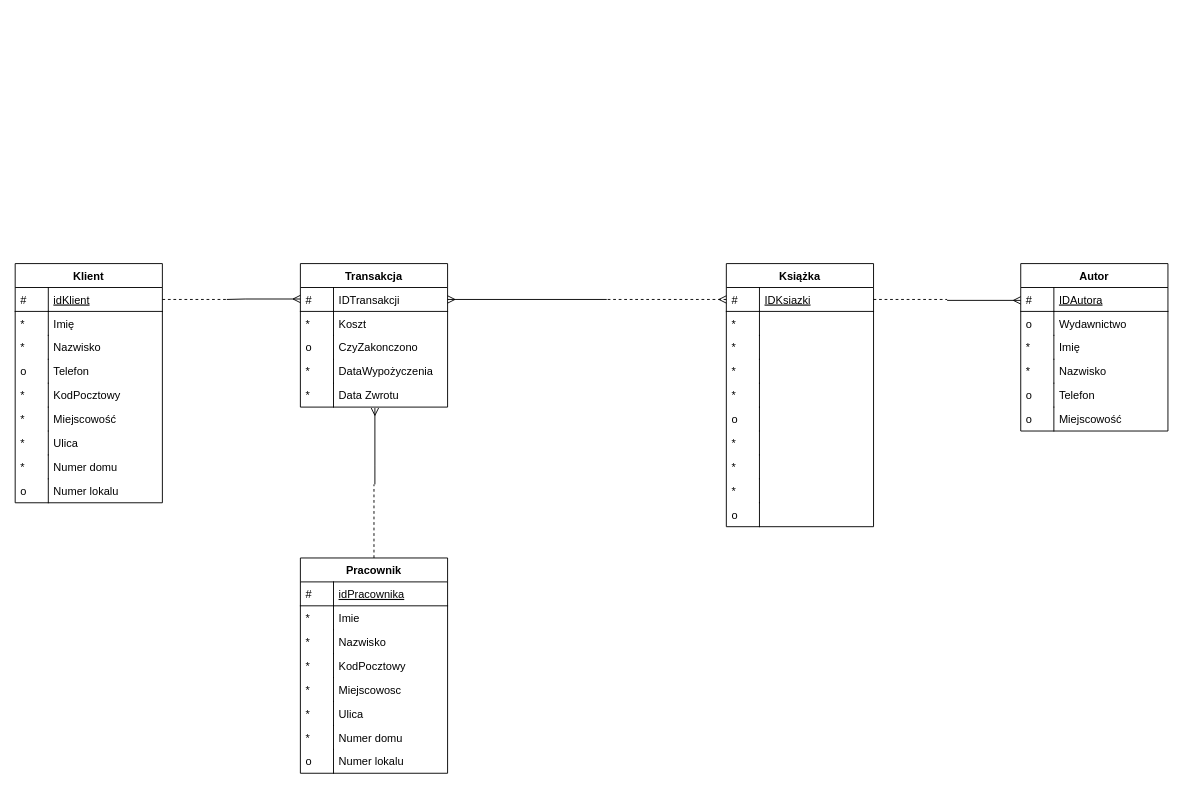
The draw.io diagram BazyDanych/Model ERD.drawio in Moluk34/Studia, before the edit. Source tidied: cells renumbered, new cells numbered last; positions are measured from the earlier drawing's top-left corner, leaving out a move shared by most shapes. Both pictures are drawn from the tidied source at 92%, with x=0, y=0 at pixel (15, 263).
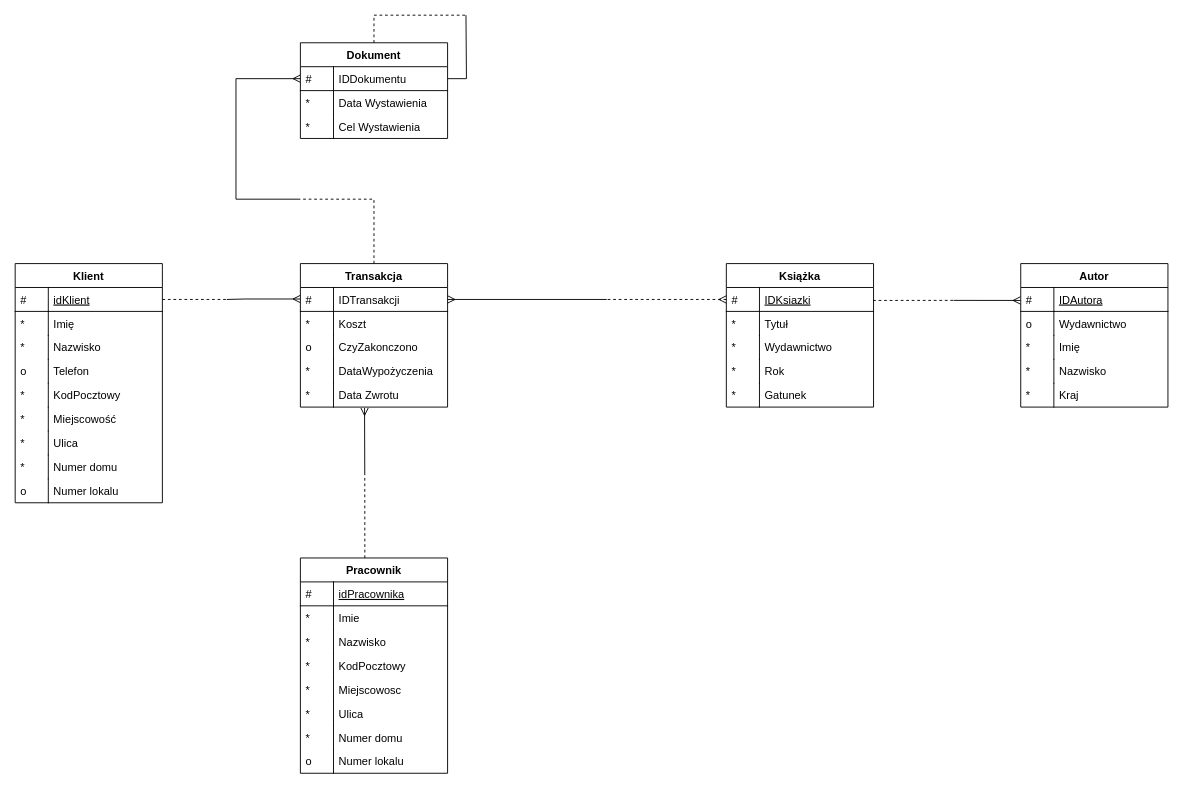
After the change.

Commit message (it also covers changes not shown here):
model relacyjny i ERD + opis

The change refers to these unchanged cells:
```xml
<mxCell id="3" value="IDKsiazki" style="shape=partialRectangle;top=0;left=0;right=0;bottom=1;align=left;verticalAlign=top;fillColor=none;spacingLeft=40;spacingRight=4;overflow=hidden;points=[[0,0.5],[1,0.5]];portConstraint=eastwest;rounded=0;shadow=0;strokeWidth=1;fontStyle=4;" parent="2" vertex="1">
  <mxGeometry y="26" width="160" height="26" as="geometry" />
</mxCell>
<mxCell id="25" value="IDAutora" style="shape=partialRectangle;top=0;left=0;right=0;bottom=1;align=left;verticalAlign=top;fillColor=none;spacingLeft=40;spacingRight=4;overflow=hidden;points=[[0,0.5],[1,0.5]];portConstraint=eastwest;rounded=0;shadow=0;strokeWidth=1;fontStyle=4;" parent="24" vertex="1">
  <mxGeometry y="26" width="160" height="26" as="geometry" />
</mxCell>
<mxCell id="64" value="Transakcja" style="swimlane;fontStyle=1;horizontal=1;startSize=26;rounded=0;shadow=0;strokeWidth=1;" parent="1" vertex="1">
  <mxGeometry x="310" width="160" height="156" as="geometry" />
</mxCell>
<mxCell id="74" value="Data Zwrotu" style="shape=partialRectangle;top=0;left=0;right=0;bottom=0;align=left;verticalAlign=top;fillColor=none;spacingLeft=40;spacingRight=4;overflow=hidden;points=[[0,0.5],[1,0.5]];portConstraint=eastwest;rounded=0;shadow=0;strokeWidth=1;" parent="64" vertex="1">
  <mxGeometry y="130" width="160" height="26" as="geometry" />
</mxCell>
<mxCell id="76" value="Pracownik" style="swimlane;fontStyle=1;horizontal=1;startSize=26;rounded=0;shadow=0;strokeWidth=1;" parent="1" vertex="1">
  <mxGeometry x="310" y="320" width="160" height="234" as="geometry" />
</mxCell>
```

The edit, as a diff of the source:
```diff
@@
     <mxCell id="2" value="Książka" style="swimlane;fontStyle=1;horizontal=1;startSize=26;rounded=0;shadow=0;strokeWidth=1;" parent="1" vertex="1">
-      <mxGeometry x="773" width="160" height="286" as="geometry" />
+      <mxGeometry x="773" width="160" height="156" as="geometry" />
     </mxCell>
@@
-    <mxCell id="5" style="shape=partialRectangle;top=0;left=0;right=0;bottom=0;align=left;verticalAlign=top;fillColor=none;spacingLeft=40;spacingRight=4;overflow=hidden;rounded=0;shadow=0;strokeWidth=1;" parent="2" vertex="1">
+    <mxCell id="5" value="Tytuł" style="shape=partialRectangle;top=0;left=0;right=0;bottom=0;align=left;verticalAlign=top;fillColor=none;spacingLeft=40;spacingRight=4;overflow=hidden;rounded=0;shadow=0;strokeWidth=1;" parent="2" vertex="1">
       <mxGeometry y="52" width="160" height="26" as="geometry" />
     </mxCell>
@@
-    <mxCell id="7" style="shape=partialRectangle;top=0;left=0;right=0;bottom=0;align=left;verticalAlign=top;fillColor=none;spacingLeft=40;spacingRight=4;overflow=hidden;rounded=0;shadow=0;strokeWidth=1;" parent="2" vertex="1">
+    <mxCell id="7" value="Wydawnictwo" style="shape=partialRectangle;top=0;left=0;right=0;bottom=0;align=left;verticalAlign=top;fillColor=none;spacingLeft=40;spacingRight=4;overflow=hidden;rounded=0;shadow=0;strokeWidth=1;" parent="2" vertex="1">
       <mxGeometry y="78" width="160" height="26" as="geometry" />
     </mxCell>
@@
-    <mxCell id="9" style="shape=partialRectangle;top=0;left=0;right=0;bottom=0;align=left;verticalAlign=top;fillColor=none;spacingLeft=40;spacingRight=4;overflow=hidden;rounded=0;shadow=0;strokeWidth=1;" parent="2" vertex="1">
+    <mxCell id="9" value="Rok" style="shape=partialRectangle;top=0;left=0;right=0;bottom=0;align=left;verticalAlign=top;fillColor=none;spacingLeft=40;spacingRight=4;overflow=hidden;rounded=0;shadow=0;strokeWidth=1;" parent="2" vertex="1">
       <mxGeometry y="104" width="160" height="26" as="geometry" />
     </mxCell>
@@
-    <mxCell id="11" style="shape=partialRectangle;top=0;left=0;right=0;bottom=0;align=left;verticalAlign=top;fillColor=none;spacingLeft=40;spacingRight=4;overflow=hidden;rounded=0;shadow=0;strokeWidth=1;" parent="2" vertex="1">
+    <mxCell id="11" value="Gatunek" style="shape=partialRectangle;top=0;left=0;right=0;bottom=0;align=left;verticalAlign=top;fillColor=none;spacingLeft=40;spacingRight=4;overflow=hidden;rounded=0;shadow=0;strokeWidth=1;" parent="2" vertex="1">
       <mxGeometry y="130" width="160" height="26" as="geometry" />
     </mxCell>
@@
-    <mxCell id="13" style="shape=partialRectangle;top=0;left=0;right=0;bottom=0;align=left;verticalAlign=top;fillColor=none;spacingLeft=40;spacingRight=4;overflow=hidden;rounded=0;shadow=0;strokeWidth=1;" parent="2" vertex="1">
-      <mxGeometry y="156" width="160" height="26" as="geometry" />
-    </mxCell>
-    <mxCell id="14" value="o" style="shape=partialRectangle;top=0;left=0;bottom=0;fillColor=none;align=left;verticalAlign=top;spacingLeft=4;spacingRight=4;overflow=hidden;" parent="13" vertex="1">
-      <mxGeometry width="36" height="26" as="geometry" />
-    </mxCell>
-    <mxCell id="15" style="shape=partialRectangle;top=0;left=0;right=0;bottom=0;align=left;verticalAlign=top;fillColor=none;spacingLeft=40;spacingRight=4;overflow=hidden;rounded=0;shadow=0;strokeWidth=1;" parent="2" vertex="1">
-      <mxGeometry y="182" width="160" height="26" as="geometry" />
-    </mxCell>
-    <mxCell id="16" value="*" style="shape=partialRectangle;top=0;left=0;bottom=0;fillColor=none;align=left;verticalAlign=top;spacingLeft=4;spacingRight=4;overflow=hidden;" parent="15" vertex="1">
-      <mxGeometry width="36" height="26" as="geometry" />
-    </mxCell>
-    <mxCell id="17" style="shape=partialRectangle;top=0;left=0;right=0;bottom=0;align=left;verticalAlign=top;fillColor=none;spacingLeft=40;spacingRight=4;overflow=hidden;rounded=0;shadow=0;strokeWidth=1;" parent="2" vertex="1">
-      <mxGeometry y="208" width="160" height="26" as="geometry" />
-    </mxCell>
-    <mxCell id="18" value="*" style="shape=partialRectangle;top=0;left=0;bottom=0;fillColor=none;align=left;verticalAlign=top;spacingLeft=4;spacingRight=4;overflow=hidden;" parent="17" vertex="1">
-      <mxGeometry width="36" height="26" as="geometry" />
-    </mxCell>
-    <mxCell id="19" style="shape=partialRectangle;top=0;left=0;right=0;bottom=0;align=left;verticalAlign=top;fillColor=none;spacingLeft=40;spacingRight=4;overflow=hidden;rounded=0;shadow=0;strokeWidth=1;" parent="2" vertex="1">
-      <mxGeometry y="234" width="160" height="26" as="geometry" />
-    </mxCell>
-    <mxCell id="20" value="*" style="shape=partialRectangle;top=0;left=0;bottom=0;fillColor=none;align=left;verticalAlign=top;spacingLeft=4;spacingRight=4;overflow=hidden;" parent="19" vertex="1">
-      <mxGeometry width="36" height="26" as="geometry" />
-    </mxCell>
-    <mxCell id="21" style="shape=partialRectangle;top=0;left=0;right=0;bottom=0;align=left;verticalAlign=top;fillColor=none;spacingLeft=40;spacingRight=4;overflow=hidden;rounded=0;shadow=0;strokeWidth=1;" parent="2" vertex="1">
-      <mxGeometry y="260" width="160" height="26" as="geometry" />
-    </mxCell>
-    <mxCell id="22" value="o&#10;" style="shape=partialRectangle;top=0;left=0;bottom=0;fillColor=none;align=left;verticalAlign=top;spacingLeft=4;spacingRight=4;overflow=hidden;" parent="21" vertex="1">
-      <mxGeometry width="36" height="26" as="geometry" />
-    </mxCell>
@@
     <mxCell id="24" value="Autor" style="swimlane;fontStyle=1;horizontal=1;startSize=26;rounded=0;shadow=0;strokeWidth=1;" parent="1" vertex="1">
-      <mxGeometry x="1093" width="160" height="182" as="geometry" />
+      <mxGeometry x="1093" width="160" height="156" as="geometry" />
     </mxCell>
@@
-    <mxCell id="33" value="Telefon" style="shape=partialRectangle;top=0;left=0;right=0;bottom=0;align=left;verticalAlign=top;fillColor=none;spacingLeft=40;spacingRight=4;overflow=hidden;rounded=0;shadow=0;strokeWidth=1;" parent="24" vertex="1">
+    <mxCell id="33" value="Kraj" style="shape=partialRectangle;top=0;left=0;right=0;bottom=0;align=left;verticalAlign=top;fillColor=none;spacingLeft=40;spacingRight=4;overflow=hidden;rounded=0;shadow=0;strokeWidth=1;" parent="24" vertex="1">
       <mxGeometry y="130" width="160" height="26" as="geometry" />
     </mxCell>
-    <mxCell id="34" value="o" style="shape=partialRectangle;top=0;left=0;bottom=0;fillColor=none;align=left;verticalAlign=top;spacingLeft=4;spacingRight=4;overflow=hidden;" parent="33" vertex="1">
+    <mxCell id="34" value="*" style="shape=partialRectangle;top=0;left=0;bottom=0;fillColor=none;align=left;verticalAlign=top;spacingLeft=4;spacingRight=4;overflow=hidden;" parent="33" vertex="1">
       <mxGeometry width="36" height="26" as="geometry" />
     </mxCell>
-    <mxCell id="35" value="Miejscowość" style="shape=partialRectangle;top=0;left=0;right=0;bottom=0;align=left;verticalAlign=top;fillColor=none;spacingLeft=40;spacingRight=4;overflow=hidden;rounded=0;shadow=0;strokeWidth=1;" parent="24" vertex="1">
-      <mxGeometry y="156" width="160" height="26" as="geometry" />
-    </mxCell>
-    <mxCell id="36" value="o" style="shape=partialRectangle;top=0;left=0;bottom=0;fillColor=none;align=left;verticalAlign=top;spacingLeft=4;spacingRight=4;overflow=hidden;" parent="35" vertex="1">
-      <mxGeometry width="36" height="26" as="geometry" />
-    </mxCell>
-    <mxCell id="37" style="group;" parent="1" vertex="1">
-      <mxGeometry x="1013" y="39" height="26" as="geometry" />
-    </mxCell>
-    <mxCell id="38" style="group;" parent="37" vertex="1">
-      <mxGeometry height="26" as="geometry" />
-    </mxCell>
-    <mxCell id="39" style="edgeStyle=orthogonalEdgeStyle;rounded=0;orthogonalLoop=1;jettySize=auto;html=1;endArrow=ERmany;endFill=0;" parent="38" edge="1">
-      <mxGeometry relative="1" as="geometry">
-        <mxPoint y="1" as="sourcePoint" />
-        <mxPoint x="80" y="1" as="targetPoint" />
-        <Array as="points">
-          <mxPoint x="80" y="1" />
-        </Array>
-      </mxGeometry>
-    </mxCell>
-    <mxCell id="40" style="edgeStyle=orthogonalEdgeStyle;rounded=0;jettySize=auto;html=1;exitX=1;exitY=0.5;exitDx=0;exitDy=0;startArrow=none;startFill=0;endArrow=none;endFill=0;dashed=1;" parent="38" edge="1" source="3">
-      <mxGeometry relative="1" as="geometry">
-        <mxPoint as="targetPoint" />
-      </mxGeometry>
-    </mxCell>
-    <mxCell id="41" style="edgeStyle=orthogonalEdgeStyle;rounded=0;jettySize=auto;html=1;exitX=0.5;exitY=0;exitDx=0;exitDy=0;dashed=1;startArrow=none;startFill=0;endArrow=none;endFill=0;" parent="1" edge="1" source="76">
-      <mxGeometry relative="1" as="geometry">
-        <mxPoint x="390" y="240" as="targetPoint" />
-        <Array as="points">
-          <mxPoint x="390" y="310" />
-          <mxPoint x="390" y="310" />
-        </Array>
-      </mxGeometry>
-    </mxCell>
@@
-    <mxCell id="44" style="endArrow=ERmany;html=1;rounded=0;endFill=0;edgeStyle=elbowEdgeStyle;elbow=vertical;" parent="1" edge="1">
-      <mxGeometry relative="1" as="geometry">
-        <mxPoint x="391" y="240" as="sourcePoint" />
-        <mxPoint x="391" y="157" as="targetPoint" />
-        <Array as="points">
-          <mxPoint x="391" y="220" />
-        </Array>
-      </mxGeometry>
-    </mxCell>
@@
+    <mxCell id="93" value="Dokument" style="swimlane;fontStyle=1;horizontal=1;startSize=26;rounded=0;shadow=0;strokeWidth=1;" parent="1" vertex="1">
+      <mxGeometry x="310" y="-240" width="160" height="104" as="geometry" />
+    </mxCell>
+    <mxCell id="94" value="IDDokumentu" style="shape=partialRectangle;top=0;left=0;right=0;bottom=1;align=left;verticalAlign=top;fillColor=none;spacingLeft=40;spacingRight=4;overflow=hidden;points=[[0,0.5],[1,0.5]];portConstraint=eastwest;rounded=0;shadow=0;strokeWidth=1;" parent="93" vertex="1">
+      <mxGeometry y="26" width="160" height="26" as="geometry" />
+    </mxCell>
+    <mxCell id="95" value="#" style="shape=partialRectangle;top=0;left=0;bottom=0;fillColor=none;align=left;verticalAlign=top;spacingLeft=4;spacingRight=4;overflow=hidden;" parent="94" vertex="1">
+      <mxGeometry width="36" height="26" as="geometry" />
+    </mxCell>
+    <mxCell id="96" value="Data Wystawienia" style="shape=partialRectangle;top=0;left=0;right=0;bottom=0;align=left;verticalAlign=top;fillColor=none;spacingLeft=40;spacingRight=4;overflow=hidden;rounded=0;shadow=0;strokeWidth=1;" parent="93" vertex="1">
+      <mxGeometry y="52" width="160" height="26" as="geometry" />
+    </mxCell>
+    <mxCell id="97" value="*" style="shape=partialRectangle;top=0;left=0;bottom=0;fillColor=none;align=left;verticalAlign=top;spacingLeft=4;spacingRight=4;overflow=hidden;" parent="96" vertex="1">
+      <mxGeometry width="36" height="26" as="geometry" />
+    </mxCell>
+    <mxCell id="98" value="Cel Wystawienia" style="shape=partialRectangle;top=0;left=0;right=0;bottom=0;align=left;verticalAlign=top;fillColor=none;spacingLeft=40;spacingRight=4;overflow=hidden;rounded=0;shadow=0;strokeWidth=1;" parent="93" vertex="1">
+      <mxGeometry y="78" width="160" height="26" as="geometry" />
+    </mxCell>
+    <mxCell id="99" value="*" style="shape=partialRectangle;top=0;left=0;bottom=0;fillColor=none;align=left;verticalAlign=top;spacingLeft=4;spacingRight=4;overflow=hidden;" parent="98" vertex="1">
+      <mxGeometry width="36" height="26" as="geometry" />
+    </mxCell>
+    <mxCell id="100" style="endArrow=none;html=1;edgeStyle=orthogonalEdgeStyle;exitX=1;exitY=0.5;exitDx=0;exitDy=0;rounded=0;" parent="93" edge="1" source="94">
+      <mxGeometry relative="1" as="geometry">
+        <mxPoint x="180" y="-30" as="targetPoint" />
+      </mxGeometry>
+    </mxCell>
+    <mxCell id="101" style="edgeStyle=orthogonalEdgeStyle;rounded=0;jettySize=auto;html=1;exitX=0;exitY=0.5;exitDx=0;exitDy=0;endArrow=none;endFill=0;startArrow=ERmany;startFill=0;" parent="1" edge="1" source="94">
+      <mxGeometry relative="1" as="geometry">
+        <mxPoint x="310" y="-70" as="targetPoint" />
+        <Array as="points">
+          <mxPoint x="240" y="-201" />
+          <mxPoint x="240" y="-70" />
+        </Array>
+      </mxGeometry>
+    </mxCell>
+    <mxCell id="102" style="endArrow=none;dashed=1;html=1;exitX=0.5;exitY=0;exitDx=0;exitDy=0;rounded=0;edgeStyle=orthogonalEdgeStyle;" parent="1" edge="1" source="64">
+      <mxGeometry relative="1" as="geometry">
+        <mxPoint x="310" y="-70" as="targetPoint" />
+        <Array as="points">
+          <mxPoint x="390" y="-70" />
+          <mxPoint x="310" y="-70" />
+        </Array>
+      </mxGeometry>
+    </mxCell>
+    <mxCell id="103" style="endArrow=none;dashed=1;html=1;exitX=0.5;exitY=0;exitDx=0;exitDy=0;edgeStyle=orthogonalEdgeStyle;strokeColor=#000000;rounded=0;" parent="1" edge="1" source="93">
+      <mxGeometry relative="1" as="geometry">
+        <mxPoint x="490" y="-270" as="targetPoint" />
+        <Array as="points">
+          <mxPoint x="390" y="-270" />
+        </Array>
+      </mxGeometry>
+    </mxCell>
+    <mxCell id="104" style="endArrow=ERmany;html=1;strokeColor=#000000;entryX=0.436;entryY=1.038;entryDx=0;entryDy=0;entryPerimeter=0;startArrow=none;startFill=0;endFill=0;" parent="1" edge="1" target="74">
+      <mxGeometry relative="1" as="geometry">
+        <mxPoint x="380" y="230" as="sourcePoint" />
+      </mxGeometry>
+    </mxCell>
+    <mxCell id="105" style="endArrow=none;dashed=1;html=1;strokeColor=#000000;exitX=0.438;exitY=0;exitDx=0;exitDy=0;exitPerimeter=0;" parent="1" edge="1" source="76">
+      <mxGeometry relative="1" as="geometry">
+        <mxPoint x="380" y="230" as="targetPoint" />
+      </mxGeometry>
+    </mxCell>
+    <mxCell id="106" style="endArrow=none;dashed=1;html=1;strokeColor=#000000;exitX=0.997;exitY=0.541;exitDx=0;exitDy=0;exitPerimeter=0;" parent="1" edge="1" source="3">
+      <mxGeometry relative="1" as="geometry">
+        <mxPoint x="1020" y="40" as="targetPoint" />
+      </mxGeometry>
+    </mxCell>
+    <mxCell id="107" style="endArrow=ERmany;html=1;strokeColor=#000000;entryX=-0.002;entryY=0.541;entryDx=0;entryDy=0;entryPerimeter=0;endFill=0;" parent="1" edge="1" target="25">
+      <mxGeometry relative="1" as="geometry">
+        <mxPoint x="1020" y="40" as="sourcePoint" />
+      </mxGeometry>
+    </mxCell>
```
